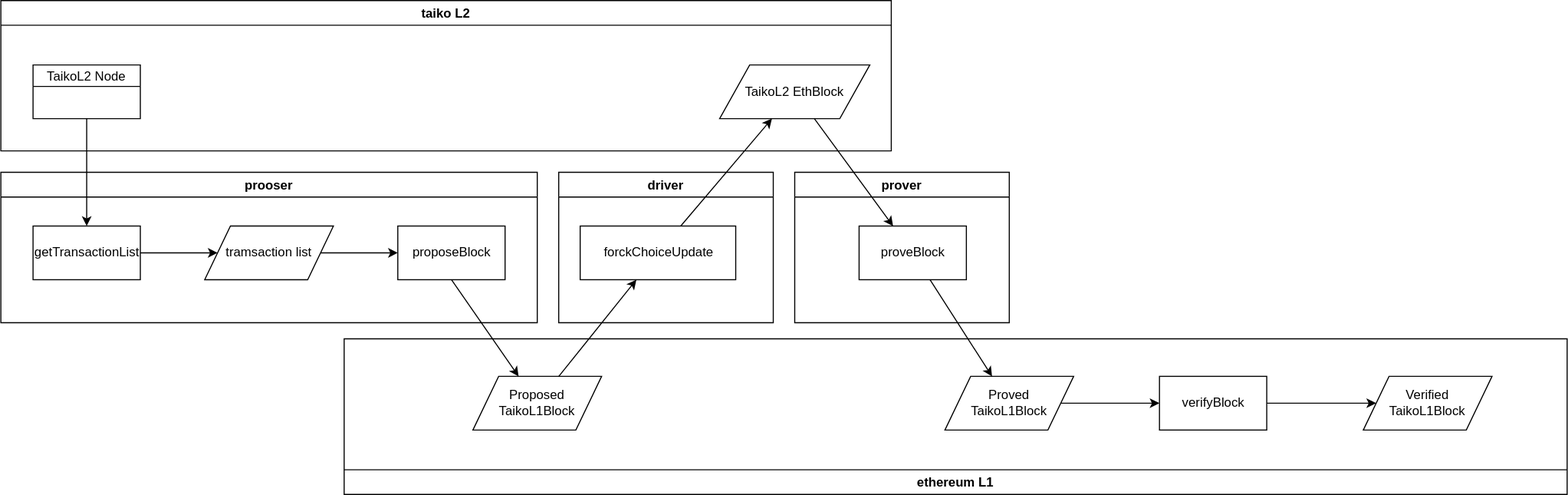
phenix3443/blog keeps this draw.io diagram as content/posts/ethereum/taiko/protocol/images/dataflow.drawio.svg. Above is the earlier version. Source tidied: cells renumbered, new cells last; positions are measured from the earlier drawing's top-left corner, leaving out a move shared by most shapes.
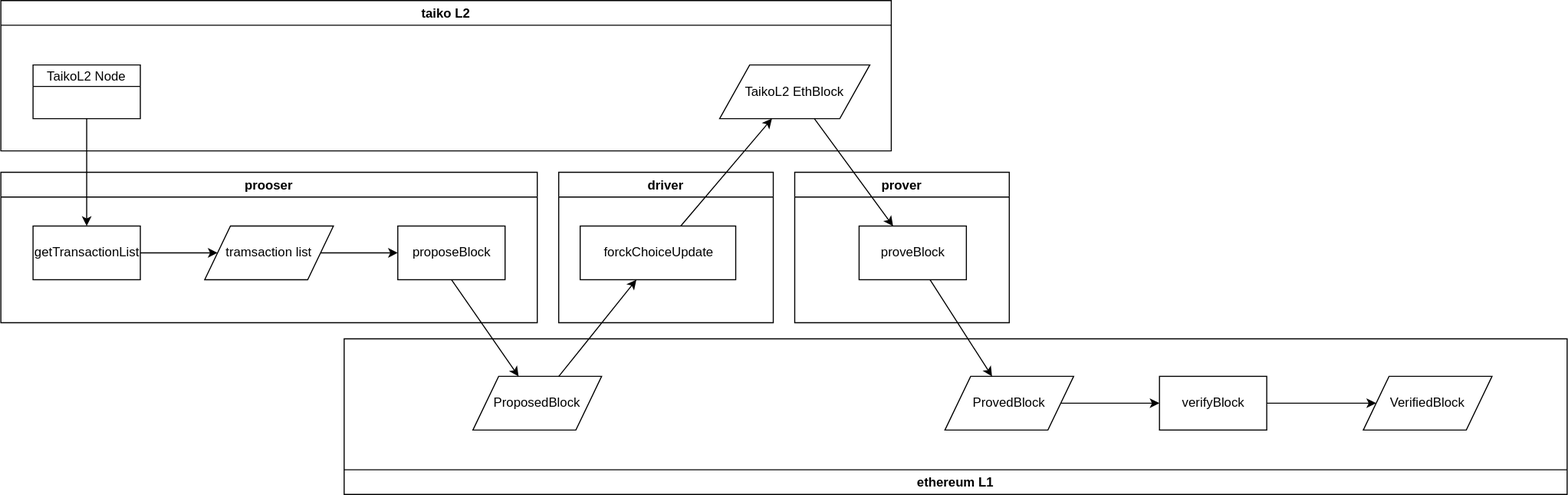
After the commit.

Diff of the diagram source:
```diff
@@ -47,7 +47,7 @@
     <mxCell id="16" style="edgeStyle=none;html=1;" parent="1" edge="1" source="17" target="19">
       <mxGeometry relative="1" as="geometry" />
     </mxCell>
-    <mxCell id="17" value="Proved&lt;br&gt;TaikoL1Block" style="shape=parallelogram;perimeter=parallelogramPerimeter;whiteSpace=wrap;html=1;dashed=0;" parent="1" vertex="1">
+    <mxCell id="17" value="ProvedBlock" style="shape=parallelogram;perimeter=parallelogramPerimeter;whiteSpace=wrap;html=1;dashed=0;" parent="1" vertex="1">
       <mxGeometry x="880" y="350" width="120" height="50" as="geometry" />
     </mxCell>
     <mxCell id="18" style="edgeStyle=none;html=1;" parent="1" edge="1" source="19" target="21">
@@ -59,7 +59,7 @@
     <mxCell id="20" value="prooser" style="swimlane;fillColor=none;" parent="1" vertex="1">
       <mxGeometry y="160" width="500" height="140" as="geometry" />
     </mxCell>
-    <mxCell id="21" value="Verified&lt;br&gt;TaikoL1Block" style="shape=parallelogram;perimeter=parallelogramPerimeter;whiteSpace=wrap;html=1;dashed=0;" parent="1" vertex="1">
+    <mxCell id="21" value="VerifiedBlock" style="shape=parallelogram;perimeter=parallelogramPerimeter;whiteSpace=wrap;html=1;dashed=0;" parent="1" vertex="1">
       <mxGeometry x="1270" y="350" width="120" height="50" as="geometry" />
     </mxCell>
     <mxCell id="22" value="driver" style="swimlane;fillColor=none;" parent="1" vertex="1">
@@ -74,7 +74,7 @@
     <mxCell id="25" value="ethereum L1" style="swimlane;fillColor=none;noLabel=0;direction=west;" parent="1" vertex="1">
       <mxGeometry x="320" y="315" width="1140" height="145" as="geometry" />
     </mxCell>
-    <mxCell id="26" value="Proposed&lt;br&gt;TaikoL1Block" style="shape=parallelogram;perimeter=parallelogramPerimeter;whiteSpace=wrap;html=1;dashed=0;" parent="25" vertex="1">
+    <mxCell id="26" value="ProposedBlock" style="shape=parallelogram;perimeter=parallelogramPerimeter;whiteSpace=wrap;html=1;dashed=0;" parent="25" vertex="1">
       <mxGeometry x="120" y="35" width="120" height="50" as="geometry" />
     </mxCell>
     <mxCell id="27" style="edgeStyle=none;html=1;startArrow=none;exitX=0.5;exitY=1;exitDx=0;exitDy=0;" parent="1" edge="1" source="2" target="26">
```
